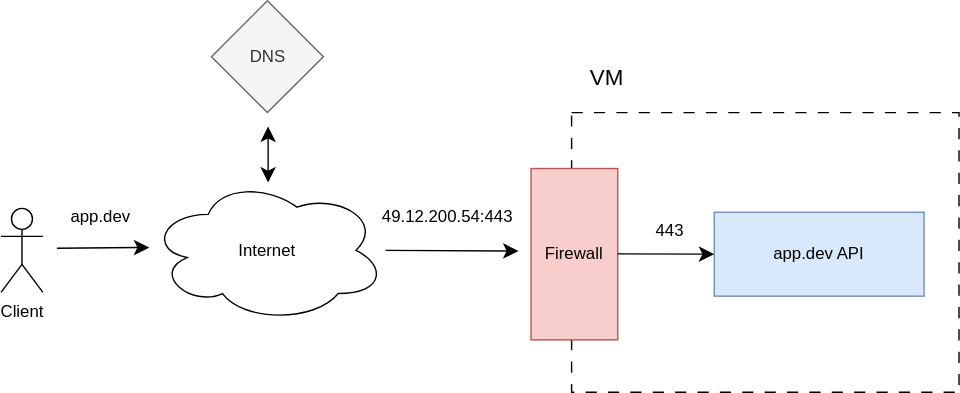
Earlier version of the draw.io export assets/lecture-10/deployments/simple.svg (course-go/lectures). Source tidied: cells renumbered, new cells last; positions are measured from the earlier drawing's top-left corner, leaving out a move shared by most shapes. Source of this version:
```xml
<mxGraphModel>
  <root>
    <mxCell id="0" />
    <mxCell id="1" parent="0" />
    <mxCell id="2" style="rounded=0;whiteSpace=wrap;html=1;align=center;verticalAlign=middle;fontFamily=Helvetica;fontSize=12;fillColor=none;dashed=1;dashPattern=8 8;" parent="1" vertex="1">
      <mxGeometry x="408" y="80" width="277" height="200" as="geometry" />
    </mxCell>
    <mxCell id="3" value="VM" style="text;html=1;align=center;verticalAlign=middle;strokeColor=none;fillColor=none;fontSize=16;fontFamily=Helvetica;fontColor=default;" parent="1" vertex="1">
      <mxGeometry x="408" y="40" width="50" height="30" as="geometry" />
    </mxCell>
    <mxCell id="4" value="app.dev API" style="rounded=0;whiteSpace=wrap;html=1;strokeColor=#6c8ebf;align=center;verticalAlign=middle;fontFamily=Helvetica;fontSize=12;fillColor=#dae8fc;" parent="1" vertex="1">
      <mxGeometry x="510" y="151.2" width="150" height="60" as="geometry" />
    </mxCell>
    <mxCell id="5" value="Firewall" style="rounded=0;whiteSpace=wrap;html=1;align=center;verticalAlign=middle;fontFamily=Helvetica;fontSize=12;fillColor=#f8cecc;strokeColor=#b85450;" parent="1" vertex="1">
      <mxGeometry x="379" y="120" width="62" height="122.5" as="geometry" />
    </mxCell>
    <mxCell id="6" value="Client" style="shape=umlActor;verticalLabelPosition=bottom;verticalAlign=top;html=1;align=center;fontFamily=Helvetica;fontSize=12;" parent="1" vertex="1">
      <mxGeometry y="148.5" width="30" height="60" as="geometry" />
    </mxCell>
    <mxCell id="7" value="Internet" style="ellipse;shape=cloud;whiteSpace=wrap;html=1;align=center;verticalAlign=middle;fontFamily=Helvetica;fontSize=12;" parent="1" vertex="1">
      <mxGeometry x="106" y="127" width="169" height="103" as="geometry" />
    </mxCell>
    <mxCell id="8" style="endArrow=none;startArrow=classic;html=1;rounded=0;fontFamily=Helvetica;fontSize=12;fontColor=default;startSize=8;endSize=8;curved=0;exitX=0;exitY=0.5;exitDx=0;exitDy=0;endFill=0;" parent="1" edge="1" source="4">
      <mxGeometry relative="1" as="geometry">
        <mxPoint x="441" y="181" as="targetPoint" />
      </mxGeometry>
    </mxCell>
    <mxCell id="9" style="edgeLabel;html=1;align=center;verticalAlign=middle;fontSize=12;strokeColor=#0e8088;fontFamily=Helvetica;fontColor=default;fillColor=#CFE3E6;" parent="8" vertex="1">
      <mxGeometry x="-0.25" relative="1" as="geometry" />
    </mxCell>
    <mxCell id="10" value="443" style="text;html=1;align=center;verticalAlign=middle;strokeColor=none;fillColor=none;fontSize=12;fontFamily=Helvetica;fontColor=default;" parent="1" vertex="1">
      <mxGeometry x="458" y="150" width="40" height="30" as="geometry" />
    </mxCell>
    <mxCell id="11" value="DNS" style="rhombus;whiteSpace=wrap;html=1;strokeColor=#666666;align=center;verticalAlign=middle;fontFamily=Helvetica;fontSize=12;fontColor=#333333;fillColor=#f5f5f5;" parent="1" vertex="1">
      <mxGeometry x="150.5" width="80" height="80" as="geometry" />
    </mxCell>
    <mxCell id="12" style="endArrow=classic;startArrow=classic;html=1;rounded=0;fontFamily=Helvetica;fontSize=12;fontColor=default;startSize=8;endSize=8;curved=1;" parent="1" edge="1">
      <mxGeometry relative="1" as="geometry">
        <mxPoint x="191" y="130" as="sourcePoint" />
        <mxPoint x="191" y="90" as="targetPoint" />
      </mxGeometry>
    </mxCell>
    <mxCell id="13" style="endArrow=classic;startArrow=none;html=1;rounded=0;fontFamily=Helvetica;fontSize=12;fontColor=default;startSize=8;endSize=8;curved=1;startFill=0;" parent="1" edge="1">
      <mxGeometry relative="1" as="geometry">
        <mxPoint x="40" y="177" as="sourcePoint" />
        <mxPoint x="106" y="176.5" as="targetPoint" />
        <Array as="points">
          <mxPoint x="86" y="176.5" />
        </Array>
      </mxGeometry>
    </mxCell>
    <mxCell id="14" value="app.dev" style="text;html=1;align=center;verticalAlign=middle;strokeColor=none;fillColor=none;fontSize=12;fontFamily=Helvetica;fontColor=default;" parent="1" vertex="1">
      <mxGeometry x="36" y="140" width="70" height="30" as="geometry" />
    </mxCell>
    <mxCell id="15" style="endArrow=classic;startArrow=none;html=1;rounded=0;fontFamily=Helvetica;fontSize=12;fontColor=default;startSize=8;endSize=8;curved=1;startFill=0;" parent="1" edge="1">
      <mxGeometry relative="1" as="geometry">
        <mxPoint x="275" y="178.5" as="sourcePoint" />
        <mxPoint x="370" y="179" as="targetPoint" />
      </mxGeometry>
    </mxCell>
    <mxCell id="16" value="&lt;span style=&quot;font-size: 12px;&quot;&gt;49.12.200.54:443&lt;/span&gt;" style="text;html=1;align=center;verticalAlign=middle;strokeColor=none;fillColor=none;fontSize=12;fontFamily=Helvetica;fontColor=default;" parent="1" vertex="1">
      <mxGeometry x="259" y="140" width="120" height="30" as="geometry" />
    </mxCell>
  </root>
</mxGraphModel>
```
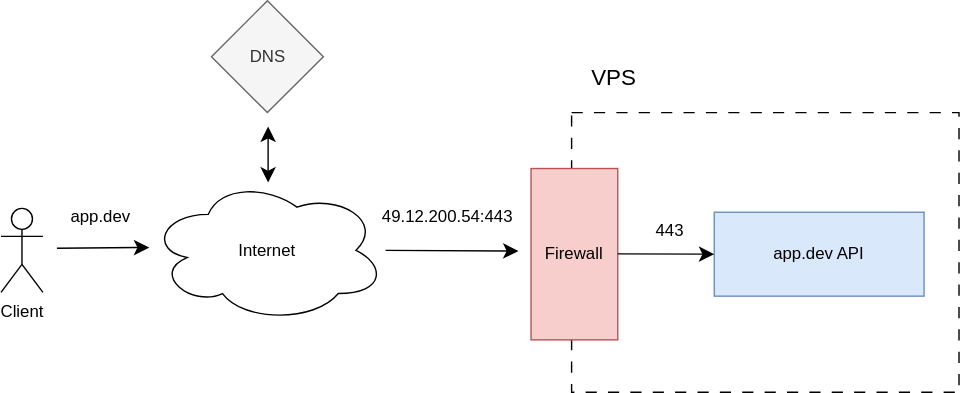
Later version of the same file.

What changed in the source:
```diff
@@ -5,8 +5,8 @@
     <mxCell id="2" style="rounded=0;whiteSpace=wrap;html=1;align=center;verticalAlign=middle;fontFamily=Helvetica;fontSize=12;fillColor=none;dashed=1;dashPattern=8 8;" parent="1" vertex="1">
       <mxGeometry x="408" y="80" width="277" height="200" as="geometry" />
     </mxCell>
-    <mxCell id="3" value="VM" style="text;html=1;align=center;verticalAlign=middle;strokeColor=none;fillColor=none;fontSize=16;fontFamily=Helvetica;fontColor=default;" parent="1" vertex="1">
-      <mxGeometry x="408" y="40" width="50" height="30" as="geometry" />
+    <mxCell id="3" value="VPS" style="text;html=1;align=center;verticalAlign=middle;strokeColor=none;fillColor=none;fontSize=16;fontFamily=Helvetica;fontColor=default;" parent="1" vertex="1">
+      <mxGeometry x="408" y="40" width="60" height="30" as="geometry" />
     </mxCell>
     <mxCell id="4" value="app.dev API" style="rounded=0;whiteSpace=wrap;html=1;strokeColor=#6c8ebf;align=center;verticalAlign=middle;fontFamily=Helvetica;fontSize=12;fillColor=#dae8fc;" parent="1" vertex="1">
       <mxGeometry x="510" y="151.2" width="150" height="60" as="geometry" />
```
